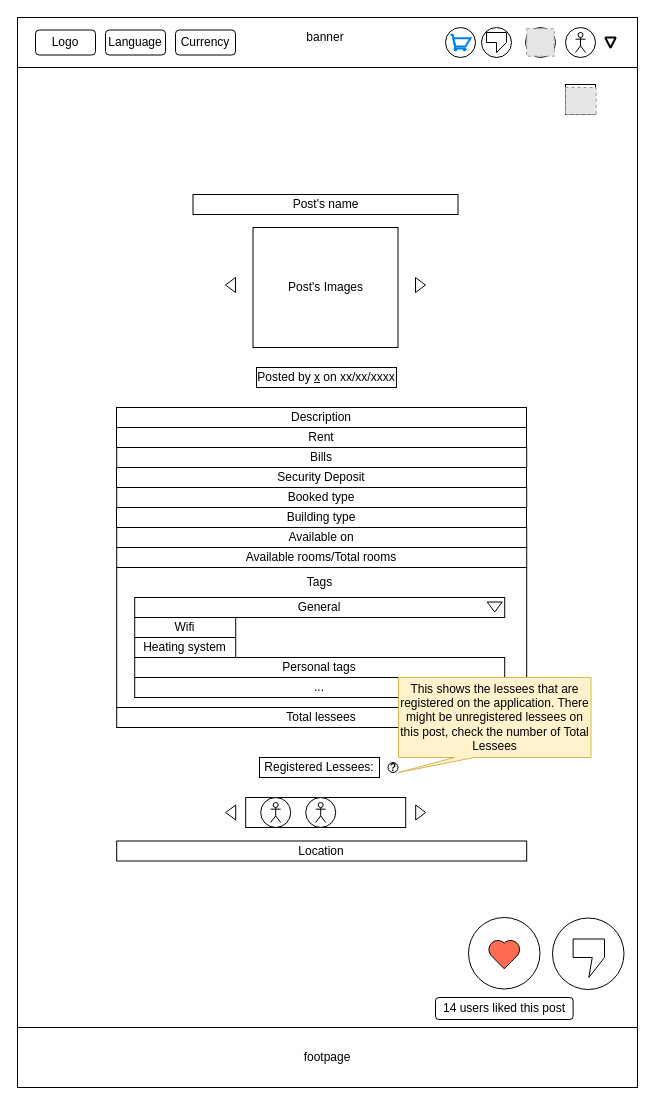
Above: CroquisWeb/DrawIO/Building Post View.drawio in sofwarebakery/CroquisWeb (draw.io), before the change. Source tidied: cells renumbered, new cells numbered last; positions are measured from the earlier drawing's top-left corner, leaving out a move shared by most shapes. Both pictures are drawn from the tidied source at 100%, with x=0, y=0 at pixel (17, 17). Pictures stored in the file or linked from it are replaced by grey dashed boxes.
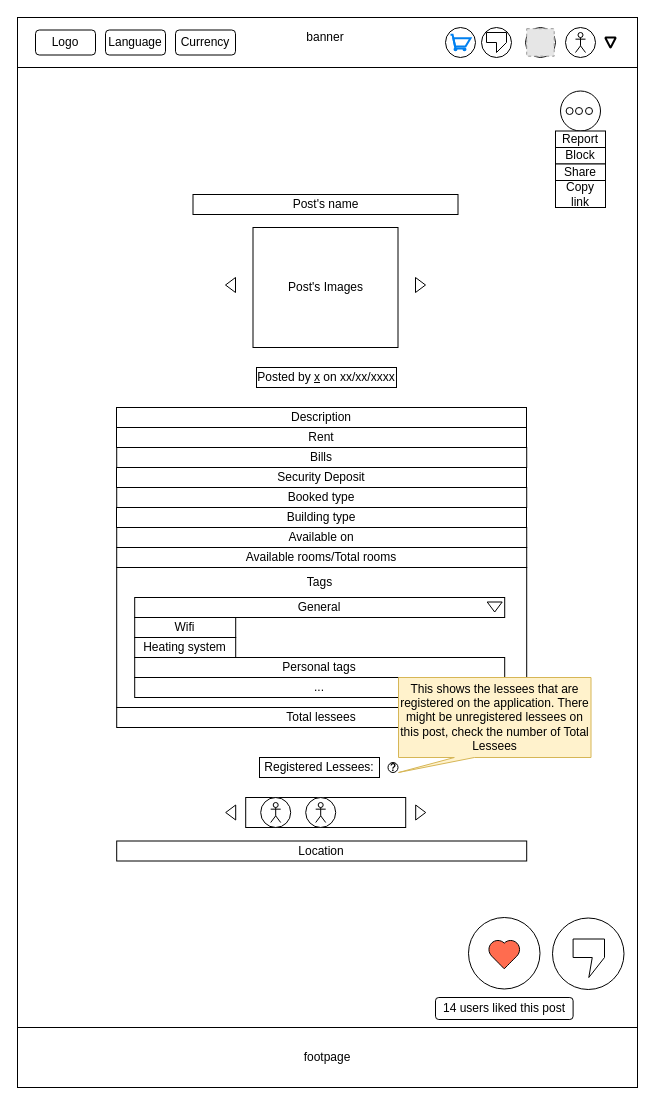
The same page after the edit.

Change to the diagram source:
```diff
@@
-    <mxCell id="24" style="rounded=0;whiteSpace=wrap;html=1;" parent="1" vertex="1">
-      <mxGeometry x="548" y="67" width="30" height="30" as="geometry" />
-    </mxCell>
-    <mxCell id="25" style="triangle;whiteSpace=wrap;html=1;rotation=-90;" parent="1" vertex="1">
-      <mxGeometry x="553" y="72.9" width="20" height="18.2" as="geometry" />
-    </mxCell>
-    <mxCell id="26" style="fillColor=#E6E6E6;strokeColor=#999999;dashed=1;verticalLabelPosition=bottom;labelBackgroundColor=default;verticalAlign=top;" parent="1" vertex="1">
-      <mxGeometry x="548" y="70" width="30.7" height="27" as="geometry" />
-    </mxCell>
@@
+    <mxCell id="61" style="ellipse;whiteSpace=wrap;html=1;" parent="1" vertex="1">
+      <mxGeometry x="543" y="73.5" width="40" height="40" as="geometry" />
+    </mxCell>
+    <mxCell id="62" style="ellipse;whiteSpace=wrap;html=1;" parent="1" vertex="1">
+      <mxGeometry x="558" y="90" width="7" height="7" as="geometry" />
+    </mxCell>
+    <mxCell id="63" style="ellipse;whiteSpace=wrap;html=1;" parent="1" vertex="1">
+      <mxGeometry x="568" y="90" width="7" height="7" as="geometry" />
+    </mxCell>
+    <mxCell id="64" style="ellipse;whiteSpace=wrap;html=1;" parent="1" vertex="1">
+      <mxGeometry x="548.6" y="90" width="7" height="7" as="geometry" />
+    </mxCell>
+    <mxCell id="65" value="Report" style="rounded=0;whiteSpace=wrap;html=1;" parent="1" vertex="1">
+      <mxGeometry x="538" y="113.5" width="50" height="16.5" as="geometry" />
+    </mxCell>
+    <mxCell id="66" value="Block" style="rounded=0;whiteSpace=wrap;html=1;" parent="1" vertex="1">
+      <mxGeometry x="538" y="130" width="50" height="16.5" as="geometry" />
+    </mxCell>
+    <mxCell id="67" value="Share" style="rounded=0;whiteSpace=wrap;html=1;" parent="1" vertex="1">
+      <mxGeometry x="538" y="146.5" width="50" height="16.5" as="geometry" />
+    </mxCell>
+    <mxCell id="68" value="Copy link" style="rounded=0;whiteSpace=wrap;html=1;" parent="1" vertex="1">
+      <mxGeometry x="538" y="163" width="50" height="27" as="geometry" />
+    </mxCell>
```
